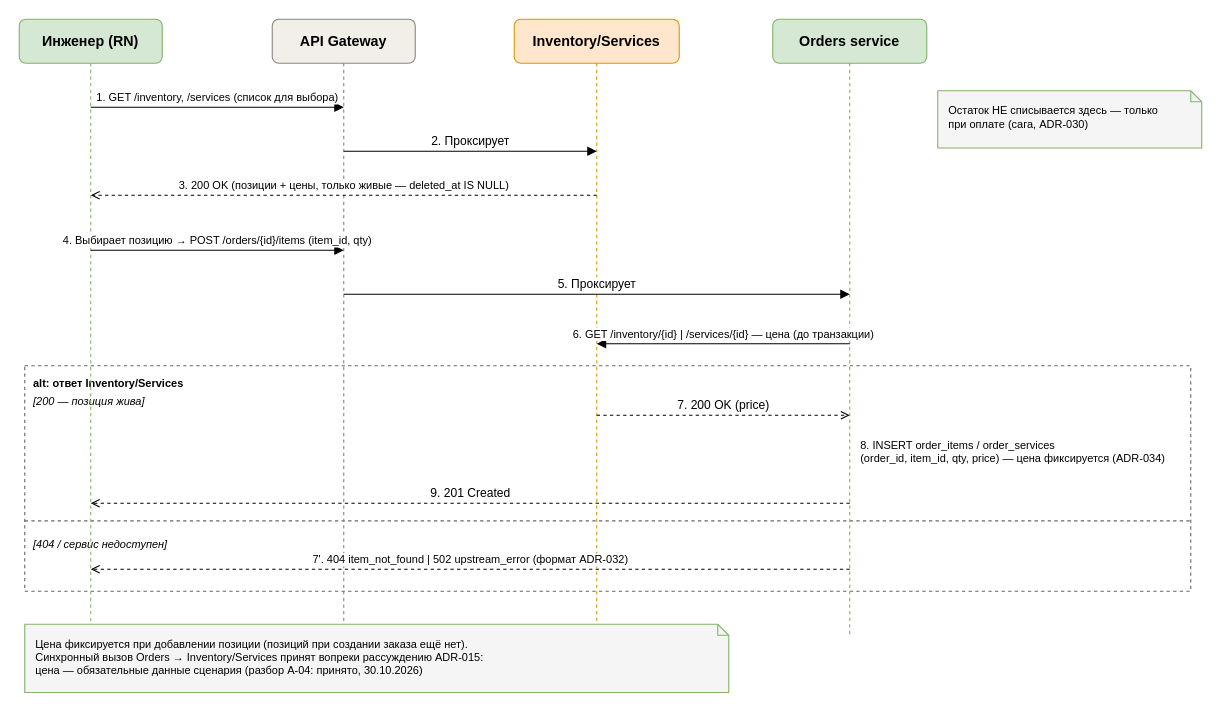
Before: stuff/uml/sequence/sequence-add-items.drawio in TFRunity/sto, a draw.io diagram. Source tidied: cells renumbered, new cells numbered last; positions are measured from the earlier drawing's top-left corner, leaving out a move shared by most shapes. Both pictures are drawn from the tidied source at 110%, with x=0, y=0 at pixel (19, 19).
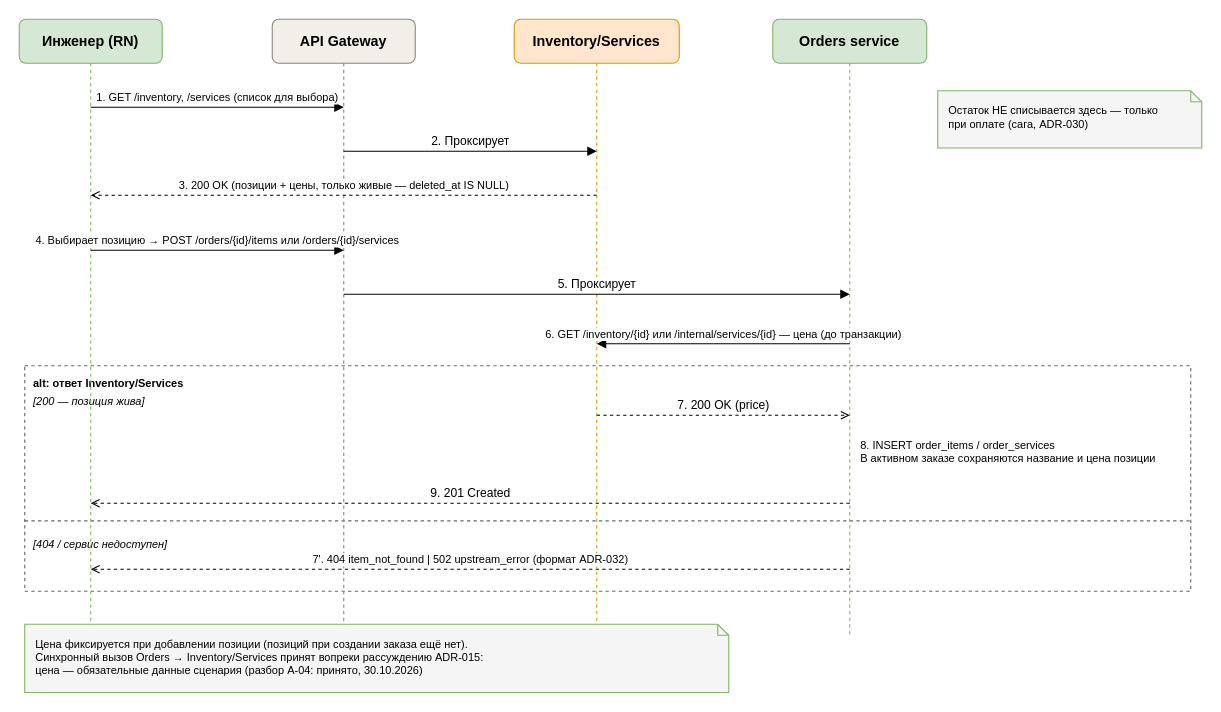
Above is the later version.

What changed in the source:
```diff
@@
-    <mxCell id="17" value="4. Выбирает позицию → POST /orders/{id}/items (item_id, qty)" style="html=1;endArrow=block;fontSize=10;align=center;verticalAlign=bottom;" parent="1" edge="1">
+    <mxCell id="17" value="4. Выбирает позицию → POST /orders/{id}/items или /orders/{id}/services" style="html=1;endArrow=block;fontSize=10;align=center;verticalAlign=bottom;" parent="1" edge="1">
       <mxGeometry relative="1" as="geometry">
         <mxPoint x="65" y="210" as="sourcePoint" />
         <mxPoint x="295" y="210" as="targetPoint" />
       </mxGeometry>
     </mxCell>
@@
-    <mxCell id="19" value="6. GET /inventory/{id} | /services/{id} — цена (до транзакции)" style="html=1;endArrow=block;fontSize=10;align=center;verticalAlign=bottom;" parent="1" edge="1">
+    <mxCell id="19" value="6. GET /inventory/{id} или /internal/services/{id} — цена (до транзакции)" style="html=1;endArrow=block;fontSize=10;align=center;verticalAlign=bottom;" parent="1" edge="1">
       <mxGeometry relative="1" as="geometry">
         <mxPoint x="755" y="295" as="sourcePoint" />
         <mxPoint x="525" y="295" as="targetPoint" />
       </mxGeometry>
     </mxCell>
@@
-    <mxCell id="21" value="8. INSERT order_items / order_services&lt;br&gt;(order_id, item_id, qty, price) — цена фиксируется (ADR-034)" style="text;html=1;align=left;verticalAlign=top;fontSize=10;whiteSpace=nowrap;" parent="1" vertex="1">
+    <mxCell id="21" value="8. INSERT order_items / order_services&lt;br&gt;В активном заказе сохраняются название и цена позиции" style="text;html=1;align=left;verticalAlign=top;fontSize=10;whiteSpace=nowrap;" parent="1" vertex="1">
       <mxGeometry x="763" y="375" width="10" height="34" as="geometry" />
     </mxCell>
```
